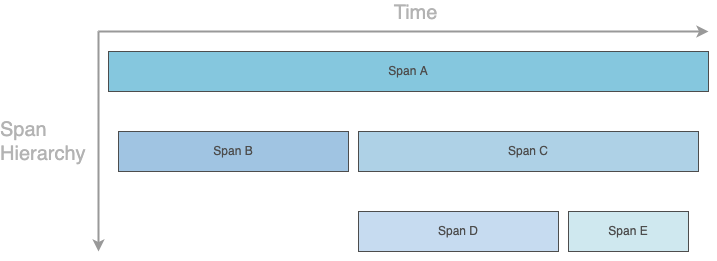
This is docs/img/traces.png from notniknot/technical-observability-for-ml, a draw.io export, as it was before one commit. Source tidied: cells renumbered, new cells last; positions are measured from the earlier drawing's top-left corner, leaving out a move shared by most shapes.
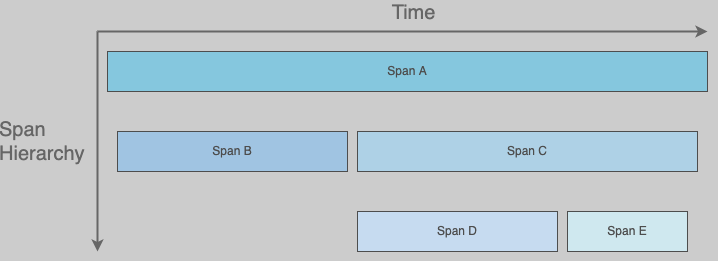
After the commit.

What changed in the source:
```diff
@@ -1,43 +1,40 @@
-<mxGraphModel>
+<mxGraphModel background="#CCCCCC">
   <root>
     <mxCell id="0" />
     <mxCell id="1" parent="0" />
-    <mxCell id="2" style="group;" parent="1" vertex="1">
-      <mxGeometry width="610" height="220" as="geometry" />
-    </mxCell>
-    <mxCell id="3" value="Span A" style="rounded=0;whiteSpace=wrap;html=1;fillColor=#85C7DE;strokeColor=#4D4D4D;fontColor=#4D4D4D;" parent="2" vertex="1">
+    <mxCell id="3" value="Span A" style="rounded=0;whiteSpace=wrap;html=1;fillColor=#85C7DE;strokeColor=#4D4D4D;fontColor=#4D4D4D;" parent="1" vertex="1">
       <mxGeometry x="10" y="20" width="600" height="40" as="geometry" />
     </mxCell>
-    <mxCell id="4" value="Span B" style="rounded=0;whiteSpace=wrap;html=1;fillColor=#A0C4E2;strokeColor=#4D4D4D;fontColor=#4D4D4D;" parent="2" vertex="1">
+    <mxCell id="4" value="Span B" style="rounded=0;whiteSpace=wrap;html=1;fillColor=#A0C4E2;strokeColor=#4D4D4D;fontColor=#4D4D4D;" parent="1" vertex="1">
       <mxGeometry x="20" y="100" width="230" height="40" as="geometry" />
     </mxCell>
-    <mxCell id="5" value="Span C" style="rounded=0;whiteSpace=wrap;html=1;fillColor=#AED1E6;strokeColor=#4D4D4D;fontColor=#4D4D4D;" parent="2" vertex="1">
+    <mxCell id="5" value="Span C" style="rounded=0;whiteSpace=wrap;html=1;fillColor=#AED1E6;strokeColor=#4D4D4D;fontColor=#4D4D4D;" parent="1" vertex="1">
       <mxGeometry x="260" y="100" width="340" height="40" as="geometry" />
     </mxCell>
-    <mxCell id="6" value="Span D" style="rounded=0;whiteSpace=wrap;html=1;fillColor=#C6DBF0;strokeColor=#4D4D4D;fontColor=#4D4D4D;" parent="2" vertex="1">
+    <mxCell id="6" value="Span D" style="rounded=0;whiteSpace=wrap;html=1;fillColor=#C6DBF0;strokeColor=#4D4D4D;fontColor=#4D4D4D;" parent="1" vertex="1">
       <mxGeometry x="260" y="180" width="200" height="40" as="geometry" />
     </mxCell>
-    <mxCell id="7" value="Span E" style="rounded=0;whiteSpace=wrap;html=1;fillColor=#CFE8EF;strokeColor=#4D4D4D;fontColor=#4D4D4D;" parent="2" vertex="1">
+    <mxCell id="7" value="Span E" style="rounded=0;whiteSpace=wrap;html=1;fillColor=#CFE8EF;strokeColor=#4D4D4D;fontColor=#4D4D4D;" parent="1" vertex="1">
       <mxGeometry x="470" y="180" width="120" height="40" as="geometry" />
     </mxCell>
-    <mxCell id="8" style="endArrow=classic;html=1;fontColor=#4D4D4D;strokeWidth=2;strokeColor=#999999;" parent="2" edge="1">
+    <mxCell id="8" style="endArrow=classic;html=1;fontColor=#FFFFFF;strokeWidth=2;strokeColor=#666666;fillColor=#f5f5f5;" parent="1" edge="1">
       <mxGeometry relative="1" as="geometry">
         <mxPoint as="sourcePoint" />
         <mxPoint x="610" as="targetPoint" />
       </mxGeometry>
     </mxCell>
-    <mxCell id="9" value="Time" style="edgeLabel;html=1;align=center;verticalAlign=middle;fontColor=#B3B3B3;fontSize=20;labelBackgroundColor=none;" parent="8" vertex="1">
+    <mxCell id="9" value="Time" style="edgeLabel;html=1;align=center;verticalAlign=middle;fontColor=#666666;fontSize=20;labelBackgroundColor=none;" parent="8" vertex="1">
       <mxGeometry x="0.01" y="4" relative="1" as="geometry">
         <mxPoint x="7" y="-16" as="offset" />
       </mxGeometry>
     </mxCell>
-    <mxCell id="10" style="endArrow=classic;html=1;fontColor=#4D4D4D;strokeWidth=2;strokeColor=#999999;" parent="2" edge="1">
+    <mxCell id="10" style="endArrow=classic;html=1;fontColor=#FFFFFF;strokeWidth=2;fillColor=#f5f5f5;strokeColor=#666666;" parent="1" edge="1">
       <mxGeometry relative="1" as="geometry">
         <mxPoint as="sourcePoint" />
         <mxPoint y="220" as="targetPoint" />
       </mxGeometry>
     </mxCell>
-    <mxCell id="11" value="Span&lt;br&gt;Hierarchy" style="edgeLabel;html=1;align=left;verticalAlign=middle;fontColor=#B3B3B3;fontSize=20;labelBackgroundColor=none;" parent="10" vertex="1">
+    <mxCell id="11" value="Span&lt;br&gt;Hierarchy" style="edgeLabel;html=1;align=left;verticalAlign=middle;fontColor=#666666;fontSize=20;labelBackgroundColor=none;" parent="10" vertex="1">
       <mxGeometry x="0.01" y="4" relative="1" as="geometry">
         <mxPoint x="-104" y="-2" as="offset" />
       </mxGeometry>
```
